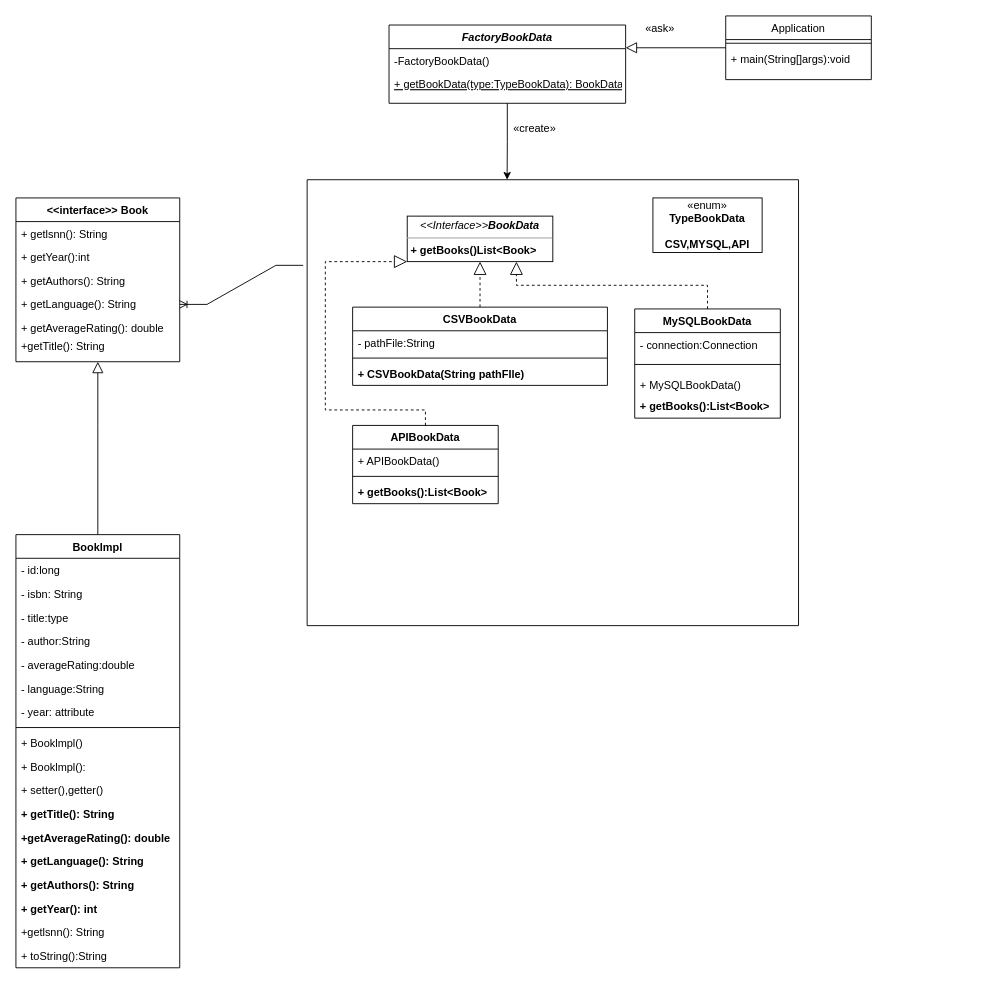
Above: Biểu đồ không có tiêu đề.drawio in khanh8603/khanh8603 (draw.io), before the change. Source tidied: cells renumbered, new cells numbered last; positions are measured from the earlier drawing's top-left corner, leaving out a move shared by most shapes. Both pictures are drawn from the tidied source at 91%, with x=0, y=0 at pixel (15, 15).
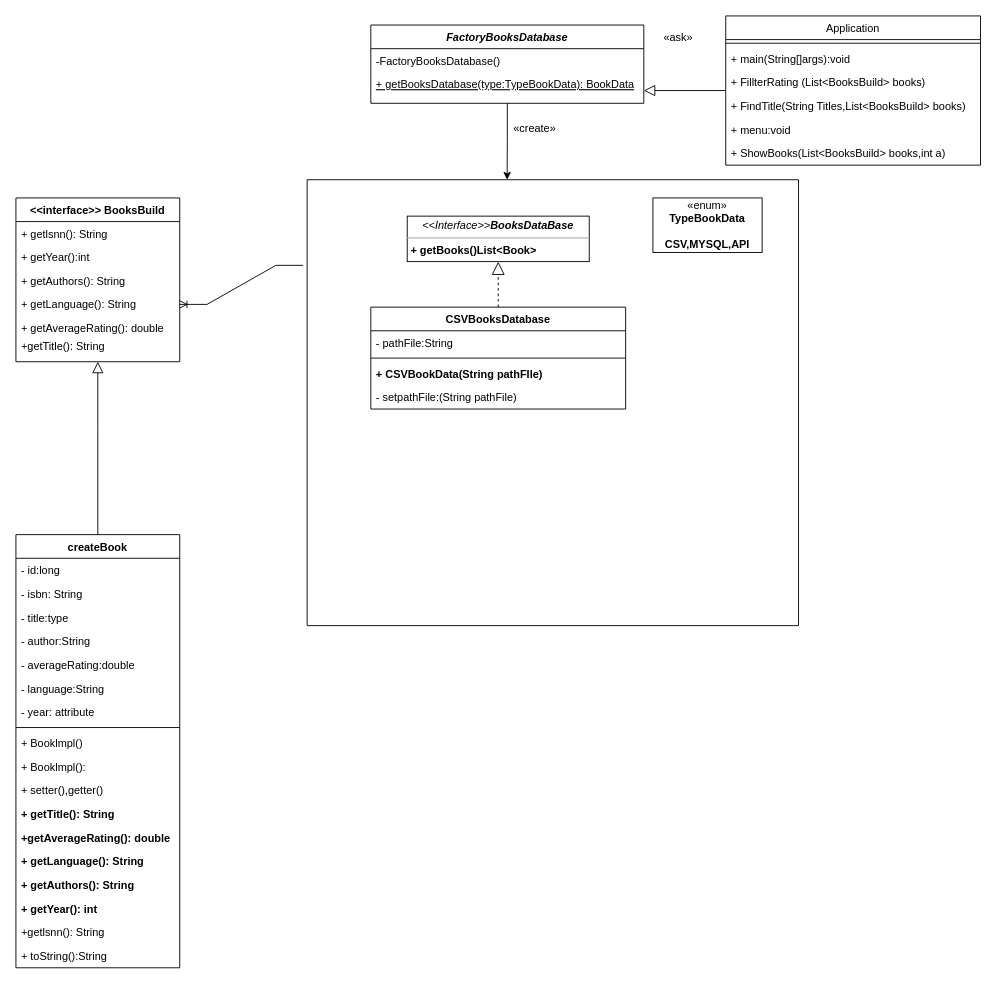
After the change.

Commit message:
Cập nhật Biểu đồ không có tiêu đề.drawio

Unchanged cells that the change refers to:
```xml
<mxCell id="37" style="swimlane;startSize=0;" parent="1" vertex="1">
  <mxGeometry x="320" y="180" width="540" height="490" as="geometry" />
</mxCell>
```

Change to the diagram source:
```diff
@@
-    <mxCell id="2" value="FactoryBookData" style="swimlane;fontStyle=3;align=center;verticalAlign=top;horizontal=1;startSize=26;rounded=0;shadow=0;strokeWidth=1;" parent="1" vertex="1">
-      <mxGeometry x="410" y="10" width="260" height="86" as="geometry" />
+    <mxCell id="2" value="FactoryBooksDatabase" style="swimlane;fontStyle=3;align=center;verticalAlign=top;horizontal=1;startSize=26;rounded=0;shadow=0;strokeWidth=1;" parent="1" vertex="1">
+      <mxGeometry x="390" y="10" width="300" height="86" as="geometry" />
     </mxCell>
-    <mxCell id="3" value="-FactoryBookData()" style="text;align=left;verticalAlign=top;spacingLeft=4;spacingRight=4;overflow=hidden;" parent="2" vertex="1">
-      <mxGeometry y="26" width="260" height="26" as="geometry" />
+    <mxCell id="3" value="-FactoryBooksDatabase()" style="text;align=left;verticalAlign=top;spacingLeft=4;spacingRight=4;overflow=hidden;" parent="2" vertex="1">
+      <mxGeometry y="26" width="300" height="26" as="geometry" />
     </mxCell>
-    <mxCell id="4" value="+ getBookData(type:TypeBookData): BookData" style="text;align=left;verticalAlign=top;spacingLeft=4;spacingRight=4;overflow=hidden;rounded=0;shadow=0;html=0;fontStyle=4;" parent="2" vertex="1">
-      <mxGeometry y="52" width="260" height="26" as="geometry" />
+    <mxCell id="4" value="+ getBooksDatabase(type:TypeBookData): BookData" style="text;align=left;verticalAlign=top;spacingLeft=4;spacingRight=4;overflow=hidden;rounded=0;shadow=0;html=0;fontStyle=4;" parent="2" vertex="1">
+      <mxGeometry y="52" width="300" height="26" as="geometry" />
     </mxCell>
-    <mxCell id="5" value="Booklmpl" style="swimlane;fontStyle=1;align=center;verticalAlign=top;horizontal=1;startSize=26;rounded=0;shadow=0;strokeWidth=1;" parent="1" vertex="1">
+    <mxCell id="5" value="createBook" style="swimlane;fontStyle=1;align=center;verticalAlign=top;horizontal=1;startSize=26;rounded=0;shadow=0;strokeWidth=1;" parent="1" vertex="1">
       <mxGeometry y="570" width="180" height="476" as="geometry" />
     </mxCell>
@@
     <mxCell id="25" value="Application&#10;" style="swimlane;fontStyle=0;align=center;verticalAlign=top;horizontal=1;startSize=26;rounded=0;shadow=0;strokeWidth=1;" parent="1" vertex="1">
-      <mxGeometry x="780" width="160" height="70" as="geometry" />
+      <mxGeometry x="780" width="280" height="164" as="geometry" />
     </mxCell>
     <mxCell id="26" style="line;html=1;strokeWidth=1;align=left;verticalAlign=middle;spacingTop=-1;spacingLeft=3;spacingRight=3;labelPosition=right;" parent="25" vertex="1">
-      <mxGeometry y="26" width="160" height="8" as="geometry" />
+      <mxGeometry y="26" width="280" height="8" as="geometry" />
     </mxCell>
     <mxCell id="27" value="+ main(String[]args):void" style="text;strokeColor=none;fillColor=none;align=left;verticalAlign=top;spacingLeft=4;spacingRight=4;overflow=hidden;whiteSpace=wrap;html=1;" parent="25" vertex="1">
-      <mxGeometry y="34" width="160" height="26" as="geometry" />
+      <mxGeometry y="34" width="280" height="26" as="geometry" />
     </mxCell>
+    <mxCell id="59" value="+ FillterRating (List&amp;lt;BooksBuild&amp;gt; books)" style="text;strokeColor=none;fillColor=none;align=left;verticalAlign=top;spacingLeft=4;spacingRight=4;overflow=hidden;whiteSpace=wrap;html=1;" parent="25" vertex="1">
+      <mxGeometry y="60" width="280" height="26" as="geometry" />
+    </mxCell>
+    <mxCell id="60" value="+ FindTitle(String Titles,List&amp;lt;BooksBuild&amp;gt; books)" style="text;strokeColor=none;fillColor=none;align=left;verticalAlign=top;spacingLeft=4;spacingRight=4;overflow=hidden;whiteSpace=wrap;html=1;" parent="25" vertex="1">
+      <mxGeometry y="86" width="280" height="26" as="geometry" />
+    </mxCell>
+    <mxCell id="61" value="+ menu:void" style="text;strokeColor=none;fillColor=none;align=left;verticalAlign=top;spacingLeft=4;spacingRight=4;overflow=hidden;whiteSpace=wrap;html=1;" parent="25" vertex="1">
+      <mxGeometry y="112" width="280" height="26" as="geometry" />
+    </mxCell>
+    <mxCell id="62" value="+ ShowBooks(List&amp;lt;BooksBuild&amp;gt; books,int a)" style="text;strokeColor=none;fillColor=none;align=left;verticalAlign=top;spacingLeft=4;spacingRight=4;overflow=hidden;whiteSpace=wrap;html=1;" parent="25" vertex="1">
+      <mxGeometry y="138" width="280" height="26" as="geometry" />
+    </mxCell>
@@
-    <mxCell id="29" value="&lt;&lt;interface&gt;&gt; Book" style="swimlane;fontStyle=1;align=center;verticalAlign=top;horizontal=1;startSize=26;rounded=0;shadow=0;strokeWidth=1;whiteSpace=wrap;" parent="1" vertex="1">
+    <mxCell id="29" value="&lt;&lt;interface&gt;&gt; BooksBuild" style="swimlane;fontStyle=1;align=center;verticalAlign=top;horizontal=1;startSize=26;rounded=0;shadow=0;strokeWidth=1;whiteSpace=wrap;" parent="1" vertex="1">
       <mxGeometry y="200" width="180" height="180" as="geometry" />
     </mxCell>
@@
-    <mxCell id="39" value="MySQLBookData" style="swimlane;fontStyle=1;align=center;verticalAlign=top;horizontal=1;startSize=26;whiteSpace=wrap;html=1;" parent="37" vertex="1">
-      <mxGeometry x="360" y="142" width="160" height="120" as="geometry" />
-    </mxCell>
-    <mxCell id="40" value="- connection:Connection" style="text;strokeColor=none;fillColor=none;align=left;verticalAlign=top;spacingLeft=4;spacingRight=4;overflow=hidden;whiteSpace=wrap;html=1;" parent="39" vertex="1">
-      <mxGeometry y="26" width="160" height="26" as="geometry" />
-    </mxCell>
-    <mxCell id="41" style="line;strokeWidth=1;fillColor=none;align=left;verticalAlign=middle;spacingTop=-1;spacingLeft=3;spacingRight=3;labelPosition=right;strokeColor=inherit;" parent="39" vertex="1">
-      <mxGeometry y="52" width="160" height="18" as="geometry" />
-    </mxCell>
-    <mxCell id="42" value="+ MySQLBookData()&lt;br&gt;" style="text;strokeColor=none;fillColor=none;align=left;verticalAlign=top;spacingLeft=4;spacingRight=4;overflow=hidden;whiteSpace=wrap;html=1;" parent="39" vertex="1">
-      <mxGeometry y="70" width="160" height="24" as="geometry" />
-    </mxCell>
-    <mxCell id="43" value="&lt;b&gt;+ getBooks():List&amp;lt;Book&amp;gt;&lt;/b&gt;" style="text;strokeColor=none;fillColor=none;align=left;verticalAlign=top;spacingLeft=4;spacingRight=4;overflow=hidden;whiteSpace=wrap;html=1;" parent="39" vertex="1">
-      <mxGeometry y="94" width="160" height="26" as="geometry" />
-    </mxCell>
-    <mxCell id="44" value="CSVBookData" style="swimlane;fontStyle=1;align=center;verticalAlign=top;horizontal=1;startSize=26;whiteSpace=wrap;html=1;" parent="37" vertex="1">
-      <mxGeometry x="50" y="140" width="280" height="86" as="geometry" />
+    <mxCell id="44" value="CSVBooksDatabase" style="swimlane;fontStyle=1;align=center;verticalAlign=top;horizontal=1;startSize=26;whiteSpace=wrap;html=1;" parent="37" vertex="1">
+      <mxGeometry x="70" y="140" width="280" height="112" as="geometry" />
     </mxCell>
@@
-    <mxCell id="47" value="&lt;b&gt;+ CSVBookData(String pathFIle)&lt;/b&gt;" style="text;strokeColor=none;fillColor=none;align=left;verticalAlign=top;spacingLeft=4;spacingRight=4;overflow=hidden;whiteSpace=wrap;html=1;" parent="44" vertex="1">
+    <mxCell id="47" value="&lt;b style=&quot;border-color: var(--border-color);&quot;&gt;&lt;b style=&quot;border-color: var(--border-color);&quot;&gt;+ CSVBookData(String pathFIle)&lt;/b&gt;&lt;br style=&quot;border-color: var(--border-color);&quot;&gt;&lt;/b&gt;" style="text;strokeColor=none;fillColor=none;align=left;verticalAlign=top;spacingLeft=4;spacingRight=4;overflow=hidden;whiteSpace=wrap;html=1;" parent="44" vertex="1">
       <mxGeometry y="60" width="280" height="26" as="geometry" />
     </mxCell>
-    <mxCell id="48" value="APIBookData" style="swimlane;fontStyle=1;align=center;verticalAlign=top;horizontal=1;startSize=26;whiteSpace=wrap;html=1;" parent="37" vertex="1">
-      <mxGeometry x="50" y="270" width="160" height="86" as="geometry" />
-    </mxCell>
-    <mxCell id="49" value="+ APIBookData()" style="text;strokeColor=none;fillColor=none;align=left;verticalAlign=top;spacingLeft=4;spacingRight=4;overflow=hidden;whiteSpace=wrap;html=1;" parent="48" vertex="1">
-      <mxGeometry y="26" width="160" height="26" as="geometry" />
-    </mxCell>
-    <mxCell id="50" style="line;strokeWidth=1;fillColor=none;align=left;verticalAlign=middle;spacingTop=-1;spacingLeft=3;spacingRight=3;labelPosition=right;strokeColor=inherit;" parent="48" vertex="1">
-      <mxGeometry y="52" width="160" height="8" as="geometry" />
-    </mxCell>
-    <mxCell id="51" value="&lt;b&gt;+ getBooks():List&amp;lt;Book&amp;gt;&lt;/b&gt;" style="text;strokeColor=none;fillColor=none;align=left;verticalAlign=top;spacingLeft=4;spacingRight=4;overflow=hidden;whiteSpace=wrap;html=1;" parent="48" vertex="1">
-      <mxGeometry y="60" width="160" height="26" as="geometry" />
-    </mxCell>
+    <mxCell id="63" value="- setpathFile:(String pathFile)" style="text;strokeColor=none;fillColor=none;align=left;verticalAlign=top;spacingLeft=4;spacingRight=4;overflow=hidden;whiteSpace=wrap;html=1;" parent="44" vertex="1">
+      <mxGeometry y="86" width="280" height="26" as="geometry" />
+    </mxCell>
-    <mxCell id="52" value="&lt;p style=&quot;margin:0px;margin-top:4px;text-align:center;&quot;&gt;&lt;i&gt;&amp;lt;&amp;lt;Interface&amp;gt;&amp;gt;&lt;b&gt;BookData&lt;/b&gt;&lt;/i&gt;&lt;br&gt;&lt;/p&gt;&lt;hr size=&quot;1&quot;&gt;&lt;p style=&quot;margin:0px;margin-left:4px;&quot;&gt;&lt;b&gt;+ getBooks()List&amp;lt;Book&amp;gt;&lt;/b&gt;&lt;br&gt;&lt;/p&gt;" style="verticalAlign=top;align=left;overflow=fill;fontSize=12;fontFamily=Helvetica;html=1;whiteSpace=wrap;" parent="37" vertex="1">
-      <mxGeometry x="110" y="40" width="160" height="50" as="geometry" />
+    <mxCell id="52" value="&lt;p style=&quot;margin:0px;margin-top:4px;text-align:center;&quot;&gt;&lt;i&gt;&amp;lt;&amp;lt;Interface&amp;gt;&amp;gt;&lt;b&gt;BooksDataBase&lt;/b&gt;&lt;/i&gt;&lt;br&gt;&lt;/p&gt;&lt;hr size=&quot;1&quot;&gt;&lt;p style=&quot;margin:0px;margin-left:4px;&quot;&gt;&lt;b&gt;+ getBooks()List&amp;lt;Book&amp;gt;&lt;/b&gt;&lt;br&gt;&lt;/p&gt;" style="verticalAlign=top;align=left;overflow=fill;fontSize=12;fontFamily=Helvetica;html=1;whiteSpace=wrap;" parent="37" vertex="1">
+      <mxGeometry x="110" y="40" width="200" height="50" as="geometry" />
     </mxCell>
-    <mxCell id="53" style="endArrow=block;dashed=1;endFill=0;endSize=12;html=1;rounded=0;exitX=0.5;exitY=0;exitDx=0;exitDy=0;entryX=0.75;entryY=1;entryDx=0;entryDy=0;edgeStyle=orthogonalEdgeStyle;" parent="37" edge="1" source="39" target="52">
-      <mxGeometry relative="1" as="geometry" />
-    </mxCell>
@@
-    <mxCell id="55" style="endArrow=block;dashed=1;endFill=0;endSize=12;html=1;rounded=0;exitX=0.5;exitY=0;exitDx=0;exitDy=0;entryX=0;entryY=1;entryDx=0;entryDy=0;edgeStyle=orthogonalEdgeStyle;" parent="37" edge="1" source="48" target="52">
-      <mxGeometry relative="1" as="geometry">
-        <Array as="points">
-          <mxPoint x="130" y="253" />
-          <mxPoint x="20" y="253" />
-          <mxPoint x="20" y="90" />
-        </Array>
-      </mxGeometry>
-    </mxCell>
@@
     <mxCell id="58" value="«ask»" style="text;whiteSpace=wrap;html=1;" parent="1" vertex="1">
-      <mxGeometry x="690" width="90" height="40" as="geometry" />
+      <mxGeometry x="710" y="10" width="90" height="40" as="geometry" />
     </mxCell>
```
